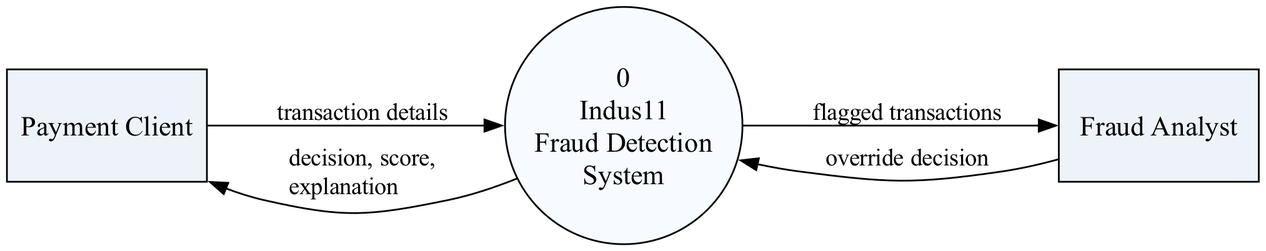
The Graphviz diagram docs/diagrams/10-dfd0.png in OMJOSHI15/indus11, before a commit. Its source is kept beside it as docs/diagrams/10-dfd0.dot.
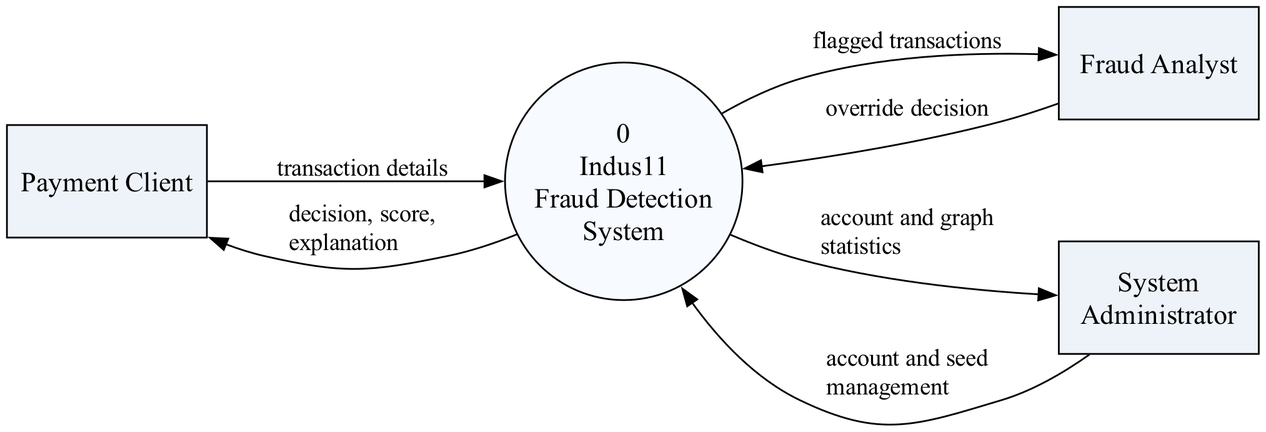
The same diagram one commit later.

Commit message:
Cut the SRS to only the reviewed diagrams, consolidate FRs, fix the NFR intro

Change to the diagram source:
```diff
@@ -5,6 +5,7 @@
 
   PC  [shape=box, style=filled, fillcolor="#EEF3FA", width=1.6, height=0.9, label="Payment Client"];
   FA  [shape=box, style=filled, fillcolor="#EEF3FA", width=1.6, height=0.9, label="Fraud Analyst"];
+  AD  [shape=box, style=filled, fillcolor="#EEF3FA", width=1.6, height=0.9, label="System\nAdministrator"];
   SYS [shape=circle, style=filled, fillcolor="#F7FAFF", width=1.9, fixedsize=true,
        label="0\nIndus11\nFraud Detection\nSystem"];
 
@@ -12,4 +13,6 @@
   SYS -> PC [label="  decision, score,\l  explanation\l"];
   SYS -> FA [label="  flagged transactions"];
   FA -> SYS [label="  override decision"];
+  AD -> SYS [label="  account and seed\l  management\l"];
+  SYS -> AD [label="  account and graph\l  statistics\l"];
 }
```
